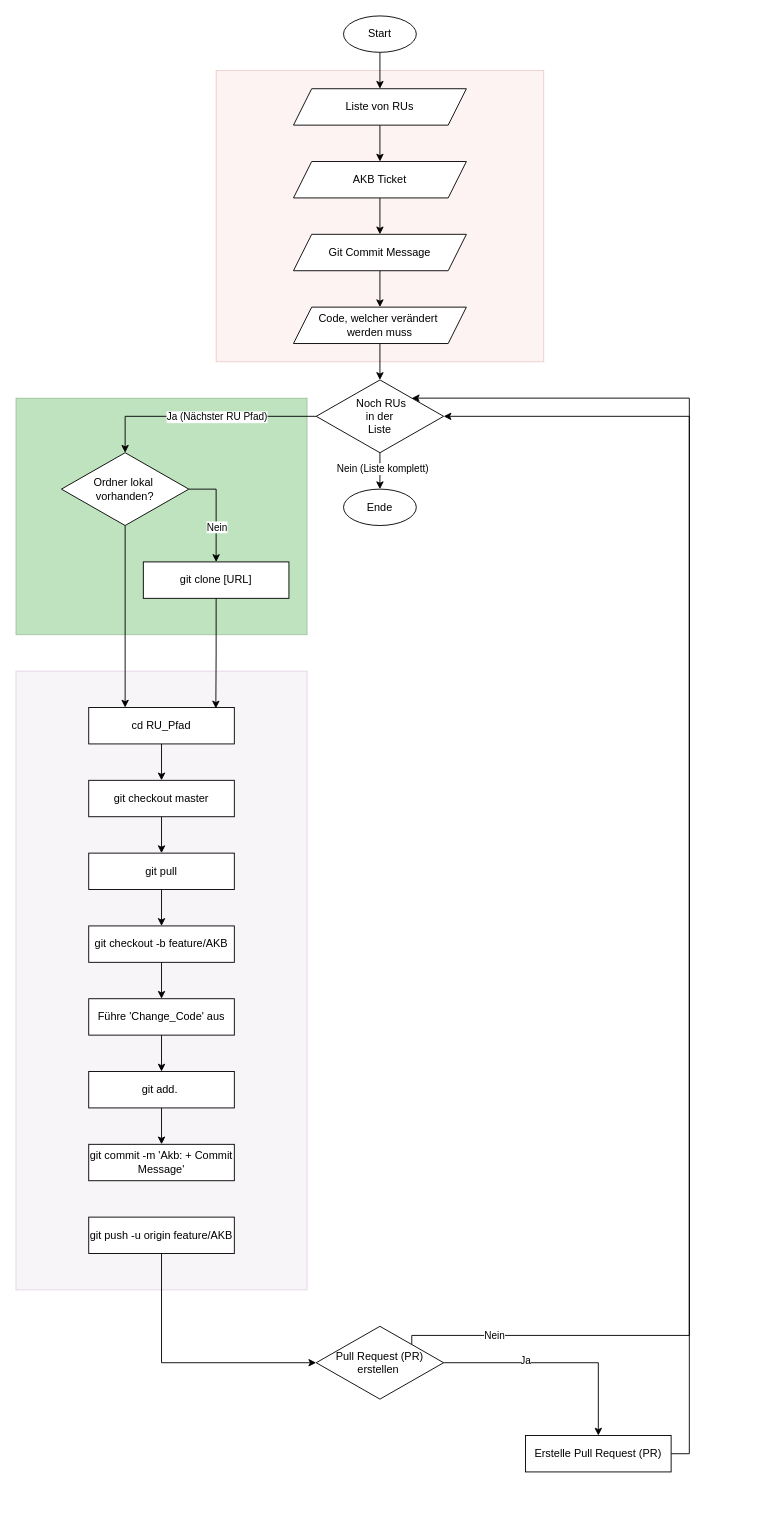
Above: Flowchart/GitBulk_FlowChart.drawio in samuelm203/GitBulk (draw.io), before the change. Source tidied: cells renumbered, new cells numbered last; positions are measured from the earlier drawing's top-left corner, leaving out a move shared by most shapes. Both pictures are drawn from the tidied source at 91%, with x=0, y=0 at pixel (15, 15).
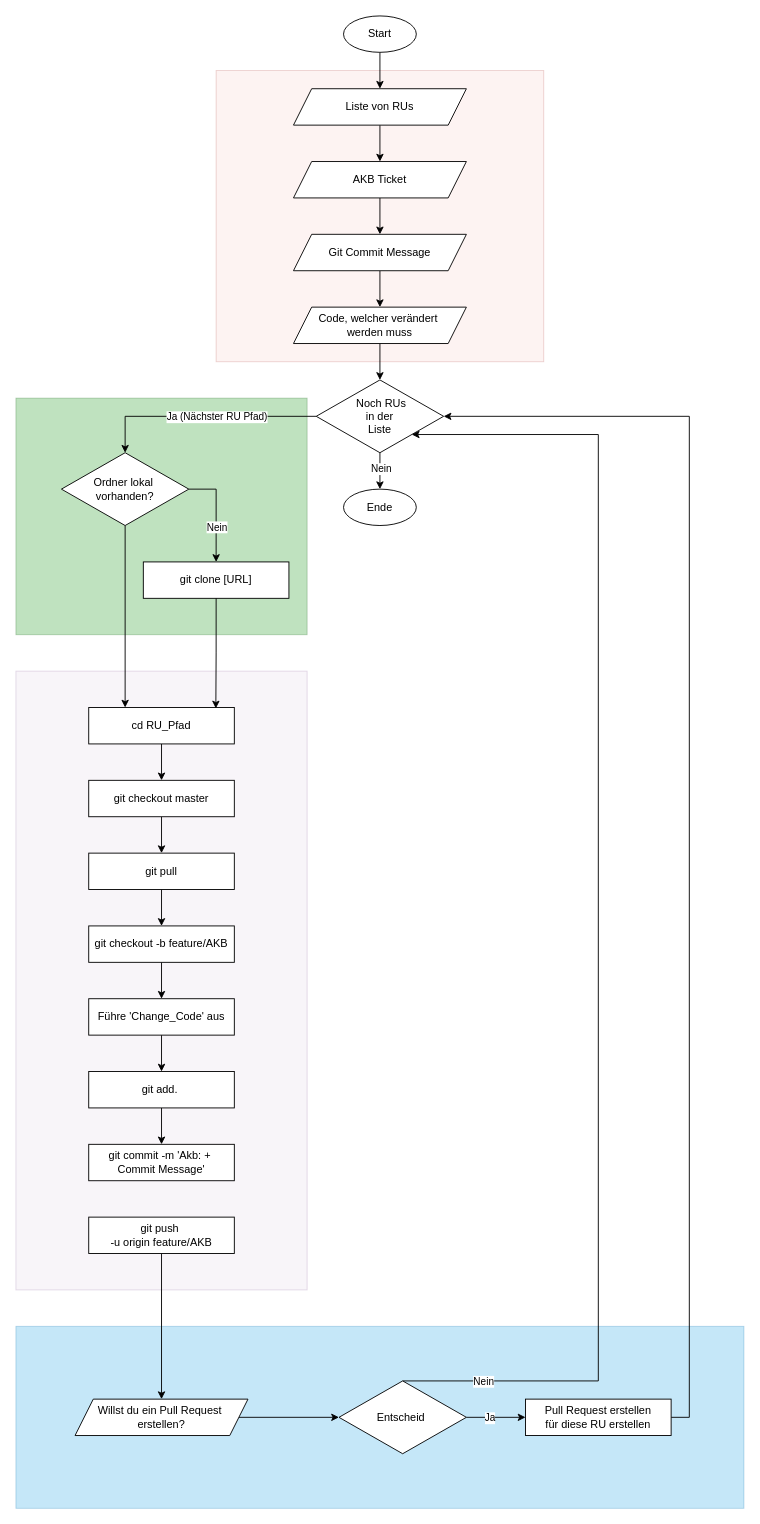
Above is the later version.

Commit message (it also covers changes not shown here):
Update Git bulk flowchart: adjust layout, modify edge labels, and revise elements for clarity

The change refers to these unchanged cells:
```xml
<mxCell id="14" style="edgeStyle=orthogonalEdgeStyle;rounded=0;jettySize=auto;html=1;exitX=0.5;exitY=1;exitDx=0;exitDy=0;" parent="1" edge="1" source="18" target="7">
  <mxGeometry relative="1" as="geometry" />
</mxCell>
<mxCell id="18" value="&amp;nbsp; Noch RUs&amp;nbsp;&lt;div&gt;in der&lt;/div&gt;&lt;div&gt;Liste&lt;/div&gt;" style="rhombus;whiteSpace=wrap;html=1;" parent="1" vertex="1">
  <mxGeometry x="330" y="400" width="140" height="80" as="geometry" />
</mxCell>
```

What changed in the source:
```diff
@@
+    <mxCell id="49" style="rounded=0;whiteSpace=wrap;html=1;fillColor=#1ba1e2;strokeColor=#006EAF;opacity=25;fontColor=#ffffff;" parent="1" vertex="1">
+      <mxGeometry y="1440" width="800" height="200" as="geometry" />
+    </mxCell>
@@
-    <mxCell id="15" value="Nein (Liste komplett)" style="edgeLabel;html=1;align=center;verticalAlign=middle;" parent="14" vertex="1">
+    <mxCell id="15" value="Nein&amp;nbsp;" style="edgeLabel;html=1;align=center;verticalAlign=middle;" parent="14" vertex="1">
       <mxGeometry x="-0.16" y="2" relative="1" as="geometry" />
     </mxCell>
@@
-    <mxCell id="39" value="git commit -m 'Akb: + Commit Message'" style="rounded=0;whiteSpace=wrap;html=1;" parent="1" vertex="1">
+    <mxCell id="39" value="git commit -m 'Akb: +&amp;nbsp;&lt;div&gt;Commit Message'&lt;/div&gt;" style="rounded=0;whiteSpace=wrap;html=1;" parent="1" vertex="1">
       <mxGeometry x="80" y="1240" width="160" height="40" as="geometry" />
     </mxCell>
-    <mxCell id="40" style="edgeStyle=orthogonalEdgeStyle;rounded=0;jettySize=auto;html=1;exitX=0.5;exitY=1;exitDx=0;exitDy=0;entryX=0;entryY=0.5;entryDx=0;entryDy=0;" parent="1" edge="1" source="41" target="46">
-      <mxGeometry relative="1" as="geometry" />
-    </mxCell>
+    <mxCell id="50" style="edgeStyle=orthogonalEdgeStyle;rounded=0;jettySize=auto;html=1;exitX=0.5;exitY=1;exitDx=0;exitDy=0;entryX=0.5;entryY=0;entryDx=0;entryDy=0;" parent="1" edge="1" source="41" target="57">
+      <mxGeometry relative="1" as="geometry" />
+    </mxCell>
-    <mxCell id="41" value="git push -u origin feature/AKB" style="rounded=0;whiteSpace=wrap;html=1;" parent="1" vertex="1">
+    <mxCell id="41" value="git push&amp;nbsp;&lt;div&gt;-u origin feature/AKB&lt;/div&gt;" style="rounded=0;whiteSpace=wrap;html=1;" parent="1" vertex="1">
       <mxGeometry x="80" y="1320" width="160" height="40" as="geometry" />
     </mxCell>
-    <mxCell id="42" style="edgeStyle=orthogonalEdgeStyle;rounded=0;jettySize=auto;html=1;entryX=0.5;entryY=0;entryDx=0;entryDy=0;" parent="1" edge="1" source="46" target="48">
-      <mxGeometry relative="1" as="geometry" />
-    </mxCell>
+    <mxCell id="51" style="edgeStyle=orthogonalEdgeStyle;rounded=0;jettySize=auto;html=1;exitX=1;exitY=0.5;exitDx=0;exitDy=0;entryX=0;entryY=0.5;entryDx=0;entryDy=0;" parent="1" edge="1" source="53" target="55">
+      <mxGeometry relative="1" as="geometry" />
+    </mxCell>
-    <mxCell id="43" value="Ja" style="edgeLabel;html=1;align=center;verticalAlign=middle;" parent="42" vertex="1">
-      <mxGeometry x="-0.29" y="3" relative="1" as="geometry" />
+    <mxCell id="43" value="Ja" style="edgeLabel;html=1;align=center;verticalAlign=middle;" parent="51" vertex="1">
+      <mxGeometry x="-0.23" relative="1" as="geometry" />
     </mxCell>
-    <mxCell id="44" style="edgeStyle=orthogonalEdgeStyle;rounded=0;jettySize=auto;html=1;exitX=1;exitY=0;exitDx=0;exitDy=0;entryX=1;entryY=0;entryDx=0;entryDy=0;" parent="1" edge="1" source="46" target="18">
-      <mxGeometry relative="1" as="geometry">
-        <Array as="points">
-          <mxPoint x="435" y="1450" />
-          <mxPoint x="740" y="1450" />
-          <mxPoint x="740" y="420" />
-        </Array>
-      </mxGeometry>
-    </mxCell>
+    <mxCell id="52" style="edgeStyle=orthogonalEdgeStyle;rounded=0;jettySize=auto;html=1;exitX=0.5;exitY=0;exitDx=0;exitDy=0;entryX=1;entryY=1;entryDx=0;entryDy=0;" parent="1" edge="1" source="53" target="18">
+      <mxGeometry relative="1" as="geometry">
+        <Array as="points">
+          <mxPoint x="640" y="1500" />
+          <mxPoint x="640" y="460" />
+        </Array>
+      </mxGeometry>
+    </mxCell>
-    <mxCell id="45" value="Nein" style="edgeLabel;html=1;align=center;verticalAlign=middle;" parent="44" vertex="1">
-      <mxGeometry x="-0.88" y="1" relative="1" as="geometry">
-        <mxPoint x="1" as="offset" />
-      </mxGeometry>
+    <mxCell id="45" value="Nein" style="edgeLabel;html=1;align=center;verticalAlign=middle;" parent="52" vertex="1">
+      <mxGeometry x="-0.88" relative="1" as="geometry" />
     </mxCell>
-    <mxCell id="46" value="Pull Request (PR)&lt;div&gt;erstellen&amp;nbsp;&lt;/div&gt;" style="rhombus;whiteSpace=wrap;html=1;" parent="1" vertex="1">
-      <mxGeometry x="330" y="1440" width="140" height="80" as="geometry" />
-    </mxCell>
-    <mxCell id="47" style="edgeStyle=orthogonalEdgeStyle;rounded=0;jettySize=auto;html=1;exitX=1;exitY=0.5;exitDx=0;exitDy=0;entryX=1;entryY=0.5;entryDx=0;entryDy=0;" parent="1" edge="1" source="48" target="18">
-      <mxGeometry relative="1" as="geometry">
-        <Array as="points">
-          <mxPoint x="740" y="1580" />
-          <mxPoint x="740" y="440" />
-        </Array>
-      </mxGeometry>
-    </mxCell>
-    <mxCell id="48" value="Erstelle Pull Request (PR)" style="rounded=0;whiteSpace=wrap;html=1;" parent="1" vertex="1">
-      <mxGeometry x="560" y="1560" width="160" height="40" as="geometry" />
-    </mxCell>
+    <mxCell id="53" value="&lt;div&gt;Entscheid&amp;nbsp;&lt;/div&gt;" style="rhombus;whiteSpace=wrap;html=1;" parent="1" vertex="1">
+      <mxGeometry x="355" y="1500" width="140" height="80" as="geometry" />
+    </mxCell>
+    <mxCell id="54" style="edgeStyle=orthogonalEdgeStyle;rounded=0;jettySize=auto;html=1;exitX=1;exitY=0.5;exitDx=0;exitDy=0;entryX=1;entryY=0.5;entryDx=0;entryDy=0;" parent="1" edge="1" source="55" target="18">
+      <mxGeometry relative="1" as="geometry" />
+    </mxCell>
+    <mxCell id="55" value="Pull Request erstellen&lt;div&gt;für diese RU erstellen&lt;/div&gt;" style="rounded=0;whiteSpace=wrap;html=1;" parent="1" vertex="1">
+      <mxGeometry x="560" y="1520" width="160" height="40" as="geometry" />
+    </mxCell>
+    <mxCell id="56" style="edgeStyle=orthogonalEdgeStyle;rounded=0;jettySize=auto;html=1;exitX=1;exitY=0.5;exitDx=0;exitDy=0;entryX=0;entryY=0.5;entryDx=0;entryDy=0;" parent="1" edge="1" source="57" target="53">
+      <mxGeometry relative="1" as="geometry" />
+    </mxCell>
+    <mxCell id="57" value="&lt;div&gt;Willst du ein Pull Request&amp;nbsp;&lt;/div&gt;&lt;div&gt;erstellen?&lt;/div&gt;" style="shape=parallelogram;perimeter=parallelogramPerimeter;whiteSpace=wrap;html=1;fixedSize=1;" parent="1" vertex="1">
+      <mxGeometry x="65" y="1520" width="190" height="40" as="geometry" />
+    </mxCell>
```
